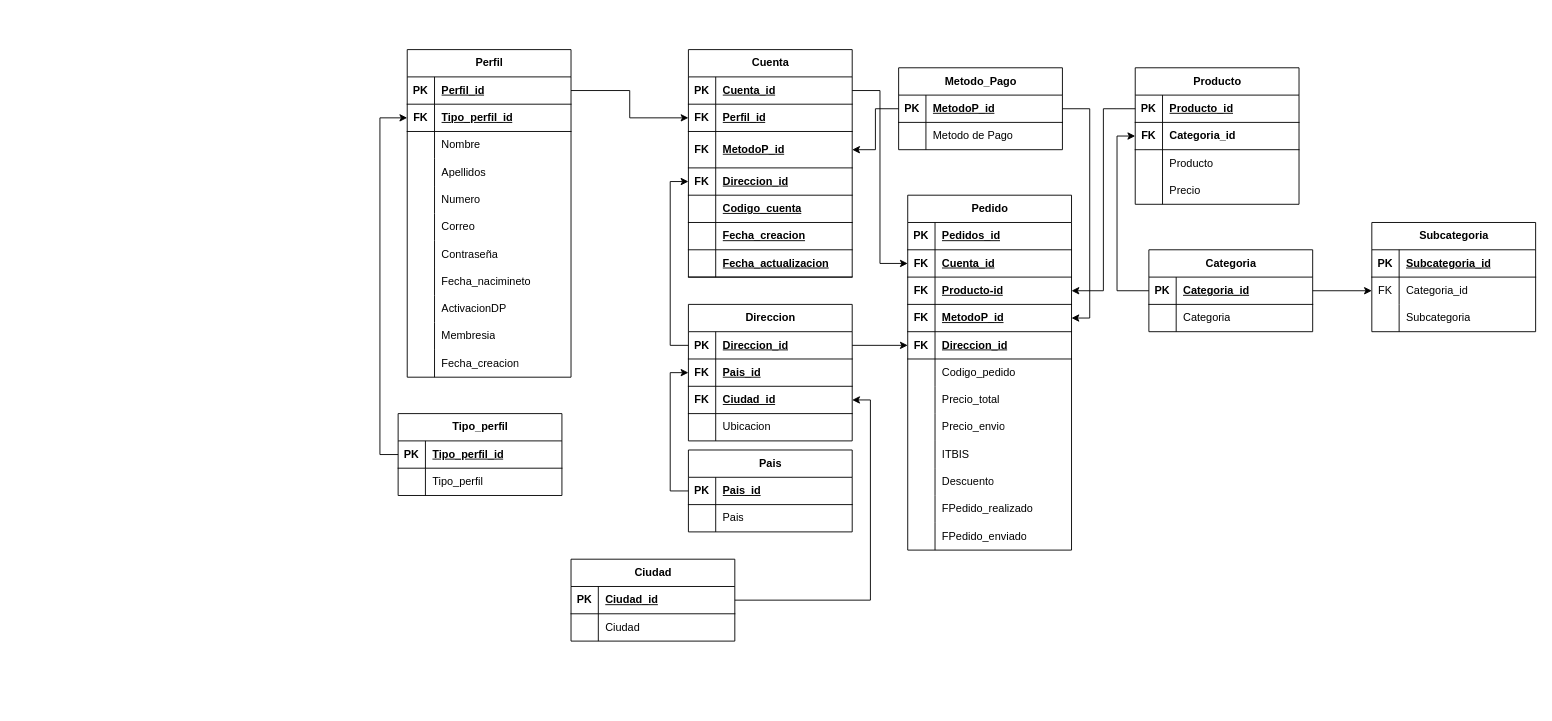
This is TIenda_Diagrama.drawio from Theking1660/Tienda_Web, a draw.io file, before an edit. Source tidied: cells renumbered, new cells numbered last; positions are measured from the earlier drawing's top-left corner, leaving out a move shared by most shapes. Both pictures are drawn from the tidied source at 91%, with x=0, y=0 at pixel (398, 49).
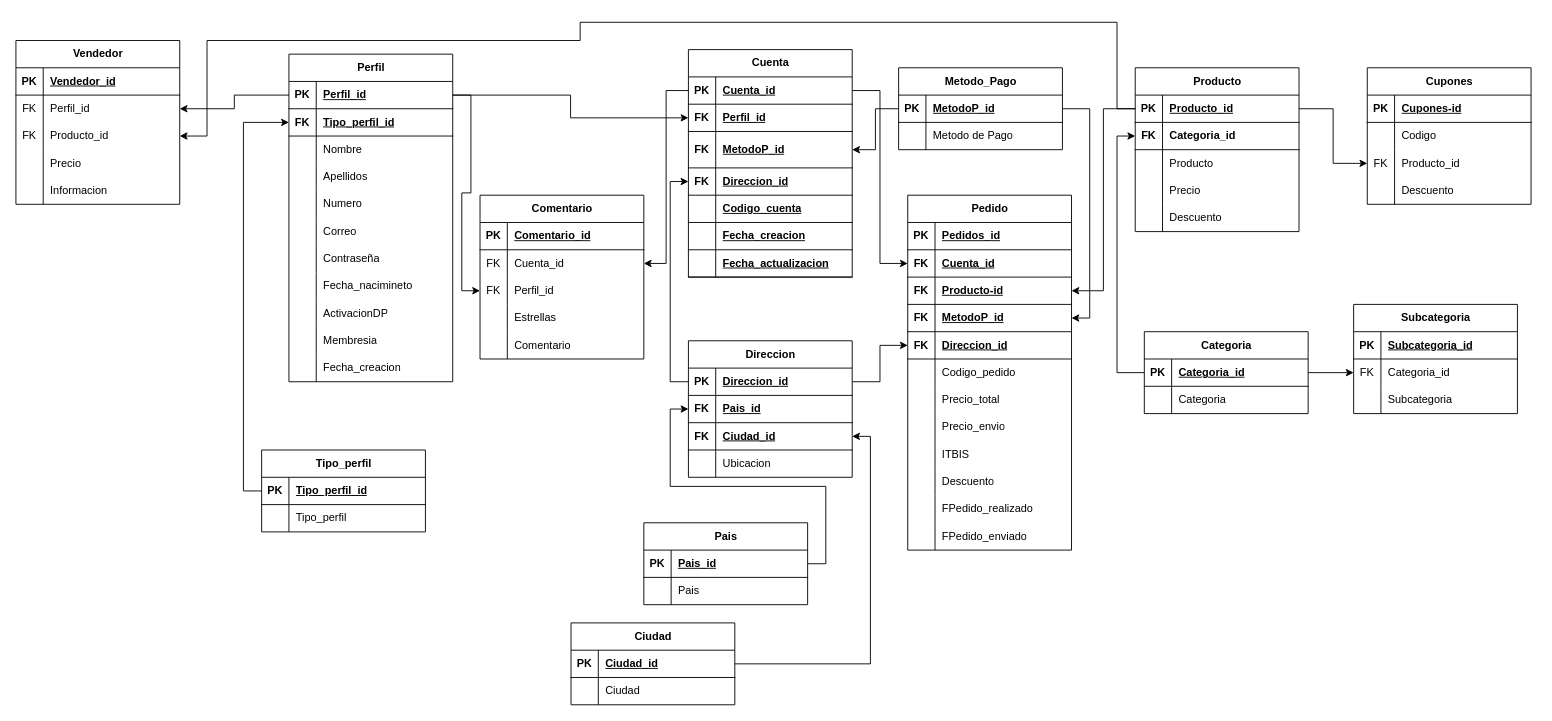
Above is the later version.

Unchanged cells that the change refers to:
```xml
<mxCell id="3" style="shape=tableRow;horizontal=0;startSize=0;swimlaneHead=0;swimlaneBody=0;fillColor=none;points=[[0,0.5],[1,0.5]];portConstraint=eastwest;top=0;left=0;right=0;bottom=1;" parent="2" vertex="1">
  <mxGeometry y="30" width="180" height="30" as="geometry" />
</mxCell>
<mxCell id="37" style="shape=tableRow;horizontal=0;startSize=0;swimlaneHead=0;swimlaneBody=0;fillColor=none;points=[[0,0.5],[1,0.5]];portConstraint=eastwest;top=0;left=0;right=0;bottom=1;" parent="36" vertex="1">
  <mxGeometry y="30" width="180" height="30" as="geometry" />
</mxCell>
<mxCell id="146" style="shape=tableRow;horizontal=0;startSize=0;swimlaneHead=0;swimlaneBody=0;fillColor=none;points=[[0,0.5],[1,0.5]];portConstraint=eastwest;top=0;left=0;right=0;bottom=1;" parent="145" vertex="1">
  <mxGeometry y="30" width="180" height="30" as="geometry" />
</mxCell>
```

Diff of the diagram source:
```diff
@@
     <mxCell id="2" value="Perfil" style="shape=table;startSize=30;childLayout=tableLayout;rowLines=0;fontStyle=1;align=center;html=1;" parent="1" vertex="1">
-      <mxGeometry x="10" width="180" height="360" as="geometry" />
+      <mxGeometry x="-120" y="5" width="180" height="360" as="geometry" />
     </mxCell>
@@
     <mxCell id="59" value="Tipo_perfil" style="shape=table;startSize=30;childLayout=tableLayout;rowLines=0;fontStyle=1;align=center;html=1;" parent="1" vertex="1">
-      <mxGeometry y="400" width="180" height="90" as="geometry" />
+      <mxGeometry x="-150" y="440" width="180" height="90" as="geometry" />
     </mxCell>
@@
     <mxCell id="67" value="Direccion" style="shape=table;startSize=30;childLayout=tableLayout;rowLines=0;fontStyle=1;align=center;html=1;" parent="1" vertex="1">
-      <mxGeometry x="319" y="280" width="180" height="150" as="geometry" />
+      <mxGeometry x="319" y="320" width="180" height="150" as="geometry" />
     </mxCell>
@@
     <mxCell id="81" value="Pais" style="shape=table;startSize=30;childLayout=tableLayout;rowLines=0;fontStyle=1;align=center;html=1;" parent="1" vertex="1">
-      <mxGeometry x="319" y="440" width="180" height="90" as="geometry" />
+      <mxGeometry x="270" y="520" width="180" height="90" as="geometry" />
     </mxCell>
@@
     <mxCell id="89" value="Ciudad" style="shape=table;startSize=30;childLayout=tableLayout;rowLines=0;fontStyle=1;align=center;html=1;" parent="1" vertex="1">
-      <mxGeometry x="190" y="560" width="180" height="90" as="geometry" />
+      <mxGeometry x="190" y="630" width="180" height="90" as="geometry" />
     </mxCell>
@@
     <mxCell id="145" value="Producto" style="shape=table;startSize=30;childLayout=tableLayout;rowLines=0;fontStyle=1;align=center;html=1;" parent="1" vertex="1">
-      <mxGeometry x="810" y="20" width="180" height="150" as="geometry" />
+      <mxGeometry x="810" y="20" width="180" height="180" as="geometry" />
     </mxCell>
@@
+    <mxCell id="178" style="shape=tableRow;horizontal=0;startSize=0;swimlaneHead=0;swimlaneBody=0;fillColor=none;top=0;left=0;right=0;bottom=0;" parent="145" vertex="1">
+      <mxGeometry y="150" width="180" height="30" as="geometry" />
+    </mxCell>
+    <mxCell id="179" style="shape=partialRectangle;fillColor=none;top=0;left=0;bottom=0;right=0;overflow=hidden;whiteSpace=wrap;html=1;" parent="178" vertex="1">
+      <mxGeometry width="30" height="30" as="geometry" />
+    </mxCell>
+    <mxCell id="180" value="Descuento" style="shape=partialRectangle;fillColor=none;top=0;left=0;bottom=0;right=0;align=left;spacingLeft=6;overflow=hidden;whiteSpace=wrap;html=1;" parent="178" vertex="1">
+      <mxGeometry x="30" width="150" height="30" as="geometry" />
+    </mxCell>
@@
     <mxCell id="159" value="Categoria" style="shape=table;startSize=30;childLayout=tableLayout;rowLines=0;fontStyle=1;align=center;html=1;" parent="1" vertex="1">
-      <mxGeometry x="825" y="220" width="180" height="90" as="geometry" />
+      <mxGeometry x="820" y="310" width="180" height="90" as="geometry" />
     </mxCell>
@@
     <mxCell id="167" value="Subcategoria" style="shape=table;startSize=30;childLayout=tableLayout;rowLines=0;fontStyle=1;align=center;html=1;" parent="1" vertex="1">
-      <mxGeometry x="1070" y="190" width="180" height="120" as="geometry" />
+      <mxGeometry x="1050" y="280" width="180" height="120" as="geometry" />
     </mxCell>
@@
+    <mxCell id="181" value="Cupones" style="shape=table;startSize=30;childLayout=tableLayout;rowLines=0;fontStyle=1;align=center;html=1;" parent="1" vertex="1">
+      <mxGeometry x="1065" y="20" width="180" height="150" as="geometry" />
+    </mxCell>
+    <mxCell id="182" style="shape=tableRow;horizontal=0;startSize=0;swimlaneHead=0;swimlaneBody=0;fillColor=none;top=0;left=0;right=0;bottom=1;" parent="181" vertex="1">
+      <mxGeometry y="30" width="180" height="30" as="geometry" />
+    </mxCell>
+    <mxCell id="183" value="PK" style="shape=partialRectangle;fillColor=none;top=0;left=0;bottom=0;right=0;fontStyle=1;overflow=hidden;whiteSpace=wrap;html=1;" parent="182" vertex="1">
+      <mxGeometry width="30" height="30" as="geometry" />
+    </mxCell>
+    <mxCell id="184" value="Cupones-id" style="shape=partialRectangle;fillColor=none;top=0;left=0;bottom=0;right=0;align=left;spacingLeft=6;fontStyle=5;overflow=hidden;whiteSpace=wrap;html=1;" parent="182" vertex="1">
+      <mxGeometry x="30" width="150" height="30" as="geometry" />
+    </mxCell>
+    <mxCell id="185" style="shape=tableRow;horizontal=0;startSize=0;swimlaneHead=0;swimlaneBody=0;fillColor=none;top=0;left=0;right=0;bottom=0;" parent="181" vertex="1">
+      <mxGeometry y="60" width="180" height="30" as="geometry" />
+    </mxCell>
+    <mxCell id="186" style="shape=partialRectangle;fillColor=none;top=0;left=0;bottom=0;right=0;overflow=hidden;whiteSpace=wrap;html=1;" parent="185" vertex="1">
+      <mxGeometry width="30" height="30" as="geometry" />
+    </mxCell>
+    <mxCell id="187" value="Codigo" style="shape=partialRectangle;fillColor=none;top=0;left=0;bottom=0;right=0;align=left;spacingLeft=6;overflow=hidden;whiteSpace=wrap;html=1;" parent="185" vertex="1">
+      <mxGeometry x="30" width="150" height="30" as="geometry" />
+    </mxCell>
+    <mxCell id="188" style="shape=tableRow;horizontal=0;startSize=0;swimlaneHead=0;swimlaneBody=0;fillColor=none;points=[[0,0.5],[1,0.5]];portConstraint=eastwest;top=0;left=0;right=0;bottom=0;" parent="181" vertex="1">
+      <mxGeometry y="90" width="180" height="30" as="geometry" />
+    </mxCell>
+    <mxCell id="189" value="FK" style="shape=partialRectangle;fillColor=none;top=0;left=0;bottom=0;right=0;overflow=hidden;whiteSpace=wrap;html=1;" parent="188" vertex="1">
+      <mxGeometry width="30" height="30" as="geometry" />
+    </mxCell>
+    <mxCell id="190" value="Producto_id" style="shape=partialRectangle;fillColor=none;top=0;left=0;bottom=0;right=0;align=left;spacingLeft=6;overflow=hidden;whiteSpace=wrap;html=1;" parent="188" vertex="1">
+      <mxGeometry x="30" width="150" height="30" as="geometry" />
+    </mxCell>
+    <mxCell id="191" style="shape=tableRow;horizontal=0;startSize=0;swimlaneHead=0;swimlaneBody=0;fillColor=none;top=0;left=0;right=0;bottom=0;" parent="181" vertex="1">
+      <mxGeometry y="120" width="180" height="30" as="geometry" />
+    </mxCell>
+    <mxCell id="192" style="shape=partialRectangle;fillColor=none;top=0;left=0;bottom=0;right=0;overflow=hidden;whiteSpace=wrap;html=1;" parent="191" vertex="1">
+      <mxGeometry width="30" height="30" as="geometry" />
+    </mxCell>
+    <mxCell id="193" value="Descuento" style="shape=partialRectangle;fillColor=none;top=0;left=0;bottom=0;right=0;align=left;spacingLeft=6;overflow=hidden;whiteSpace=wrap;html=1;" parent="191" vertex="1">
+      <mxGeometry x="30" width="150" height="30" as="geometry" />
+    </mxCell>
+    <mxCell id="194" style="edgeStyle=orthogonalEdgeStyle;rounded=0;jettySize=auto;html=1;entryX=0;entryY=0.5;entryDx=0;entryDy=0;" parent="1" edge="1" source="146" target="188">
+      <mxGeometry relative="1" as="geometry" />
+    </mxCell>
+    <mxCell id="195" value="Vendedor" style="shape=table;startSize=30;childLayout=tableLayout;rowLines=0;fontStyle=1;align=center;html=1;" parent="1" vertex="1">
+      <mxGeometry x="-420" y="-10" width="180" height="180" as="geometry" />
+    </mxCell>
+    <mxCell id="196" style="shape=tableRow;horizontal=0;startSize=0;swimlaneHead=0;swimlaneBody=0;fillColor=none;top=0;left=0;right=0;bottom=1;" parent="195" vertex="1">
+      <mxGeometry y="30" width="180" height="30" as="geometry" />
+    </mxCell>
+    <mxCell id="197" value="PK" style="shape=partialRectangle;fillColor=none;top=0;left=0;bottom=0;right=0;fontStyle=1;overflow=hidden;whiteSpace=wrap;html=1;" parent="196" vertex="1">
+      <mxGeometry width="30" height="30" as="geometry" />
+    </mxCell>
+    <mxCell id="198" value="Vendedor_id" style="shape=partialRectangle;fillColor=none;top=0;left=0;bottom=0;right=0;align=left;spacingLeft=6;fontStyle=5;overflow=hidden;whiteSpace=wrap;html=1;" parent="196" vertex="1">
+      <mxGeometry x="30" width="150" height="30" as="geometry" />
+    </mxCell>
+    <mxCell id="199" style="shape=tableRow;horizontal=0;startSize=0;swimlaneHead=0;swimlaneBody=0;fillColor=none;points=[[0,0.5],[1,0.5]];portConstraint=eastwest;top=0;left=0;right=0;bottom=0;" parent="195" vertex="1">
+      <mxGeometry y="60" width="180" height="30" as="geometry" />
+    </mxCell>
+    <mxCell id="200" value="FK" style="shape=partialRectangle;fillColor=none;top=0;left=0;bottom=0;right=0;overflow=hidden;whiteSpace=wrap;html=1;" parent="199" vertex="1">
+      <mxGeometry width="30" height="30" as="geometry" />
+    </mxCell>
+    <mxCell id="201" value="Perfil_id" style="shape=partialRectangle;fillColor=none;top=0;left=0;bottom=0;right=0;align=left;spacingLeft=6;overflow=hidden;whiteSpace=wrap;html=1;" parent="199" vertex="1">
+      <mxGeometry x="30" width="150" height="30" as="geometry" />
+    </mxCell>
+    <mxCell id="202" style="shape=tableRow;horizontal=0;startSize=0;swimlaneHead=0;swimlaneBody=0;fillColor=none;points=[[0,0.5],[1,0.5]];portConstraint=eastwest;top=0;left=0;right=0;bottom=0;" parent="195" vertex="1">
+      <mxGeometry y="90" width="180" height="30" as="geometry" />
+    </mxCell>
+    <mxCell id="203" value="FK" style="shape=partialRectangle;fillColor=none;top=0;left=0;bottom=0;right=0;overflow=hidden;whiteSpace=wrap;html=1;" parent="202" vertex="1">
+      <mxGeometry width="30" height="30" as="geometry" />
+    </mxCell>
+    <mxCell id="204" value="Producto_id" style="shape=partialRectangle;fillColor=none;top=0;left=0;bottom=0;right=0;align=left;spacingLeft=6;overflow=hidden;whiteSpace=wrap;html=1;" parent="202" vertex="1">
+      <mxGeometry x="30" width="150" height="30" as="geometry" />
+    </mxCell>
+    <mxCell id="205" style="shape=tableRow;horizontal=0;startSize=0;swimlaneHead=0;swimlaneBody=0;fillColor=none;top=0;left=0;right=0;bottom=0;" parent="195" vertex="1">
+      <mxGeometry y="120" width="180" height="30" as="geometry" />
+    </mxCell>
+    <mxCell id="206" style="shape=partialRectangle;fillColor=none;top=0;left=0;bottom=0;right=0;overflow=hidden;whiteSpace=wrap;html=1;" parent="205" vertex="1">
+      <mxGeometry width="30" height="30" as="geometry" />
+    </mxCell>
+    <mxCell id="207" value="Precio" style="shape=partialRectangle;fillColor=none;top=0;left=0;bottom=0;right=0;align=left;spacingLeft=6;overflow=hidden;whiteSpace=wrap;html=1;" parent="205" vertex="1">
+      <mxGeometry x="30" width="150" height="30" as="geometry" />
+    </mxCell>
+    <mxCell id="208" style="shape=tableRow;horizontal=0;startSize=0;swimlaneHead=0;swimlaneBody=0;fillColor=none;top=0;left=0;right=0;bottom=0;" parent="195" vertex="1">
+      <mxGeometry y="150" width="180" height="30" as="geometry" />
+    </mxCell>
+    <mxCell id="209" style="shape=partialRectangle;fillColor=none;top=0;left=0;bottom=0;right=0;overflow=hidden;whiteSpace=wrap;html=1;" parent="208" vertex="1">
+      <mxGeometry width="30" height="30" as="geometry" />
+    </mxCell>
+    <mxCell id="210" value="Informacion" style="shape=partialRectangle;fillColor=none;top=0;left=0;bottom=0;right=0;align=left;spacingLeft=6;overflow=hidden;whiteSpace=wrap;html=1;" parent="208" vertex="1">
+      <mxGeometry x="30" width="150" height="30" as="geometry" />
+    </mxCell>
+    <mxCell id="211" value="Comentario" style="shape=table;startSize=30;childLayout=tableLayout;rowLines=0;fontStyle=1;align=center;html=1;" parent="1" vertex="1">
+      <mxGeometry x="90" y="160" width="180" height="180" as="geometry" />
+    </mxCell>
+    <mxCell id="212" style="shape=tableRow;horizontal=0;startSize=0;swimlaneHead=0;swimlaneBody=0;fillColor=none;top=0;left=0;right=0;bottom=1;" parent="211" vertex="1">
+      <mxGeometry y="30" width="180" height="30" as="geometry" />
+    </mxCell>
+    <mxCell id="213" value="PK" style="shape=partialRectangle;fillColor=none;top=0;left=0;bottom=0;right=0;fontStyle=1;overflow=hidden;whiteSpace=wrap;html=1;" parent="212" vertex="1">
+      <mxGeometry width="30" height="30" as="geometry" />
+    </mxCell>
+    <mxCell id="214" value="Comentario_id" style="shape=partialRectangle;fillColor=none;top=0;left=0;bottom=0;right=0;align=left;spacingLeft=6;fontStyle=5;overflow=hidden;whiteSpace=wrap;html=1;" parent="212" vertex="1">
+      <mxGeometry x="30" width="150" height="30" as="geometry" />
+    </mxCell>
+    <mxCell id="215" style="shape=tableRow;horizontal=0;startSize=0;swimlaneHead=0;swimlaneBody=0;fillColor=none;points=[[0,0.5],[1,0.5]];portConstraint=eastwest;top=0;left=0;right=0;bottom=0;" parent="211" vertex="1">
+      <mxGeometry y="60" width="180" height="30" as="geometry" />
+    </mxCell>
+    <mxCell id="216" value="FK" style="shape=partialRectangle;fillColor=none;top=0;left=0;bottom=0;right=0;overflow=hidden;whiteSpace=wrap;html=1;" parent="215" vertex="1">
+      <mxGeometry width="30" height="30" as="geometry" />
+    </mxCell>
+    <mxCell id="217" value="Cuenta_id" style="shape=partialRectangle;fillColor=none;top=0;left=0;bottom=0;right=0;align=left;spacingLeft=6;overflow=hidden;whiteSpace=wrap;html=1;" parent="215" vertex="1">
+      <mxGeometry x="30" width="150" height="30" as="geometry" />
+    </mxCell>
+    <mxCell id="218" style="shape=tableRow;horizontal=0;startSize=0;swimlaneHead=0;swimlaneBody=0;fillColor=none;points=[[0,0.5],[1,0.5]];portConstraint=eastwest;top=0;left=0;right=0;bottom=0;" parent="211" vertex="1">
+      <mxGeometry y="90" width="180" height="30" as="geometry" />
+    </mxCell>
+    <mxCell id="219" value="FK" style="shape=partialRectangle;fillColor=none;top=0;left=0;bottom=0;right=0;overflow=hidden;whiteSpace=wrap;html=1;" parent="218" vertex="1">
+      <mxGeometry width="30" height="30" as="geometry" />
+    </mxCell>
+    <mxCell id="220" value="Perfil_id" style="shape=partialRectangle;fillColor=none;top=0;left=0;bottom=0;right=0;align=left;spacingLeft=6;overflow=hidden;whiteSpace=wrap;html=1;" parent="218" vertex="1">
+      <mxGeometry x="30" width="150" height="30" as="geometry" />
+    </mxCell>
+    <mxCell id="221" style="shape=tableRow;horizontal=0;startSize=0;swimlaneHead=0;swimlaneBody=0;fillColor=none;top=0;left=0;right=0;bottom=0;" parent="211" vertex="1">
+      <mxGeometry y="120" width="180" height="30" as="geometry" />
+    </mxCell>
+    <mxCell id="222" style="shape=partialRectangle;fillColor=none;top=0;left=0;bottom=0;right=0;overflow=hidden;whiteSpace=wrap;html=1;" parent="221" vertex="1">
+      <mxGeometry width="30" height="30" as="geometry" />
+    </mxCell>
+    <mxCell id="223" value="Estrellas" style="shape=partialRectangle;fillColor=none;top=0;left=0;bottom=0;right=0;align=left;spacingLeft=6;overflow=hidden;whiteSpace=wrap;html=1;" parent="221" vertex="1">
+      <mxGeometry x="30" width="150" height="30" as="geometry" />
+    </mxCell>
+    <mxCell id="224" style="shape=tableRow;horizontal=0;startSize=0;swimlaneHead=0;swimlaneBody=0;fillColor=none;top=0;left=0;right=0;bottom=0;" parent="211" vertex="1">
+      <mxGeometry y="150" width="180" height="30" as="geometry" />
+    </mxCell>
+    <mxCell id="225" style="shape=partialRectangle;fillColor=none;top=0;left=0;bottom=0;right=0;overflow=hidden;whiteSpace=wrap;html=1;" parent="224" vertex="1">
+      <mxGeometry width="30" height="30" as="geometry" />
+    </mxCell>
+    <mxCell id="226" value="Comentario" style="shape=partialRectangle;fillColor=none;top=0;left=0;bottom=0;right=0;align=left;spacingLeft=6;overflow=hidden;whiteSpace=wrap;html=1;" parent="224" vertex="1">
+      <mxGeometry x="30" width="150" height="30" as="geometry" />
+    </mxCell>
+    <mxCell id="227" style="edgeStyle=orthogonalEdgeStyle;rounded=0;jettySize=auto;html=1;entryX=0;entryY=0.5;entryDx=0;entryDy=0;" parent="1" edge="1" source="3" target="218">
+      <mxGeometry relative="1" as="geometry" />
+    </mxCell>
+    <mxCell id="228" style="edgeStyle=orthogonalEdgeStyle;rounded=0;jettySize=auto;html=1;entryX=1;entryY=0.5;entryDx=0;entryDy=0;" parent="1" edge="1" source="37" target="215">
+      <mxGeometry relative="1" as="geometry" />
+    </mxCell>
+    <mxCell id="229" style="edgeStyle=orthogonalEdgeStyle;rounded=0;jettySize=auto;html=1;entryX=1;entryY=0.5;entryDx=0;entryDy=0;" parent="1" edge="1" source="3" target="199">
+      <mxGeometry relative="1" as="geometry" />
+    </mxCell>
+    <mxCell id="230" style="edgeStyle=orthogonalEdgeStyle;rounded=0;jettySize=auto;html=1;entryX=1;entryY=0.5;entryDx=0;entryDy=0;exitX=0;exitY=0.5;exitDx=0;exitDy=0;" parent="1" edge="1" source="146" target="202">
+      <mxGeometry relative="1" as="geometry">
+        <Array as="points">
+          <mxPoint x="790" y="65" />
+          <mxPoint x="790" y="-30" />
+          <mxPoint x="200" y="-30" />
+          <mxPoint x="200" y="-10" />
+          <mxPoint x="-210" y="-10" />
+          <mxPoint x="-210" y="95" />
+        </Array>
+      </mxGeometry>
+    </mxCell>
```
